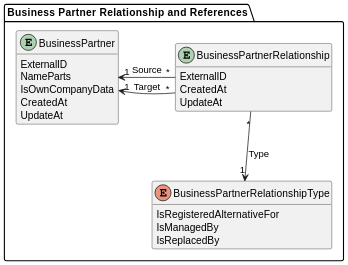
Before: docs/standards/CX-0074-BusinessPartnerGateAPI/assets/diagrams/class/business-partner-relationship.svg, a diagram exported from PlantUML (catenax-eV/catenax-ev.github.io). Its diagram source:
```plantuml
@startuml business-partner-relationship

skinparam dpi 50

package "Business Partner Relationship and References" {
  entity BusinessPartner {
    ExternalID
    NameParts
    IsOwnCompanyData
    CreatedAt
    UpdateAt
  }

  entity BusinessPartnerRelationship {
    ExternalID
    CreatedAt
    UpdateAt
  }

  enum BusinessPartnerRelationshipType {
    IsRegisteredAlternativeFor
    IsManagedBy
    IsReplacedBy
  }

  BusinessPartnerRelationship "*" -l-> "1" BusinessPartner : Target
  BusinessPartnerRelationship "*" -l-> "1" BusinessPartner : Source
  BusinessPartnerRelationship "*" -d-> "1" BusinessPartnerRelationshipType : Type

}

hide methods
hide BusinessPartnerRelationship methods
@enduml
```
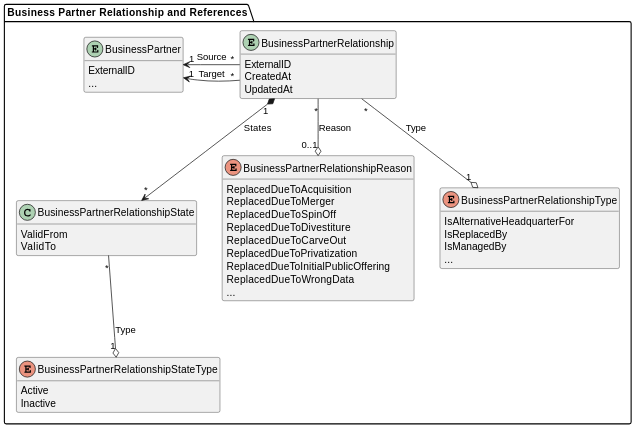
The same file after the commit.

What changed in the source:
```diff
@@ -1,32 +1,54 @@
-@startuml business-partner-relationship
-
+@startuml
 skinparam dpi 50
 
 package "Business Partner Relationship and References" {
   entity BusinessPartner {
     ExternalID
-    NameParts
-    IsOwnCompanyData
-    CreatedAt
-    UpdateAt
+    ...
   }
 
   entity BusinessPartnerRelationship {
     ExternalID
     CreatedAt
-    UpdateAt
+    UpdatedAt
+  }
+
+  class BusinessPartnerRelationshipState {
+    ValidFrom
+    ValidTo
+  }
+
+  enum BusinessPartnerRelationshipStateType {
+    Active
+    Inactive
+  }
+
+  enum BusinessPartnerRelationshipReason {
+    ReplacedDueToAcquisition
+    ReplacedDueToMerger
+    ReplacedDueToSpinOff
+    ReplacedDueToDivestiture
+    ReplacedDueToCarveOut
+    ReplacedDueToPrivatization
+    ReplacedDueToInitialPublicOffering
+    ReplacedDueToWrongData
+    ...
   }
 
   enum BusinessPartnerRelationshipType {
-    IsRegisteredAlternativeFor
+    IsAlternativeHeadquarterFor
+    IsReplacedBy
     IsManagedBy
-    IsReplacedBy
+    ...
   }
 
   BusinessPartnerRelationship "*" -l-> "1" BusinessPartner : Target
   BusinessPartnerRelationship "*" -l-> "1" BusinessPartner : Source
-  BusinessPartnerRelationship "*" -d-> "1" BusinessPartnerRelationshipType : Type
+  BusinessPartnerRelationship "*" -d-o "1" BusinessPartnerRelationshipType : Type
+  BusinessPartnerRelationship "*" -d-o "0..1" BusinessPartnerRelationshipReason : Reason
 
+  BusinessPartnerRelationship "1" *-d-> "*" BusinessPartnerRelationshipState : States
+  BusinessPartnerRelationshipState "*" -d-o "1" BusinessPartnerRelationshipStateType : Type
 }
 
 hide methods
```
